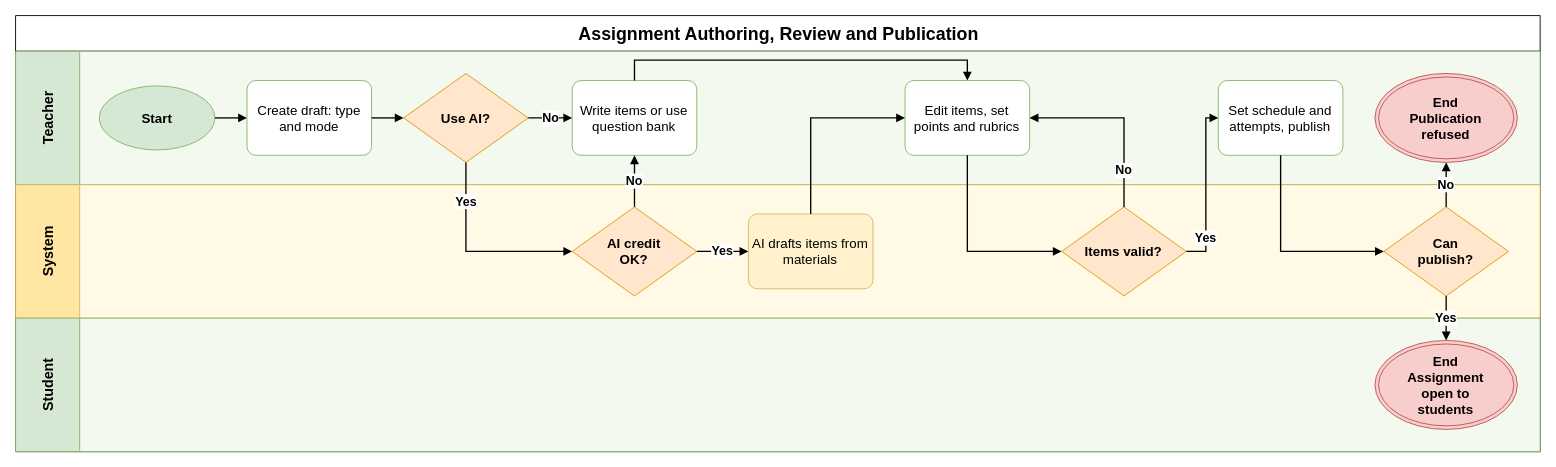
The draw.io diagram aidlc-docs/inception/main-business-flows/BF-03-Assignment-Authoring-Review-and-Publication.drawio in hygef-v4/AI-Powered-Learning-Platform, before the edit. Source tidied: cells renumbered, new cells numbered last; positions are measured from the earlier drawing's top-left corner, leaving out a move shared by most shapes. Both pictures are drawn from the tidied source at 89%, with x=0, y=0 at pixel (15, 15).
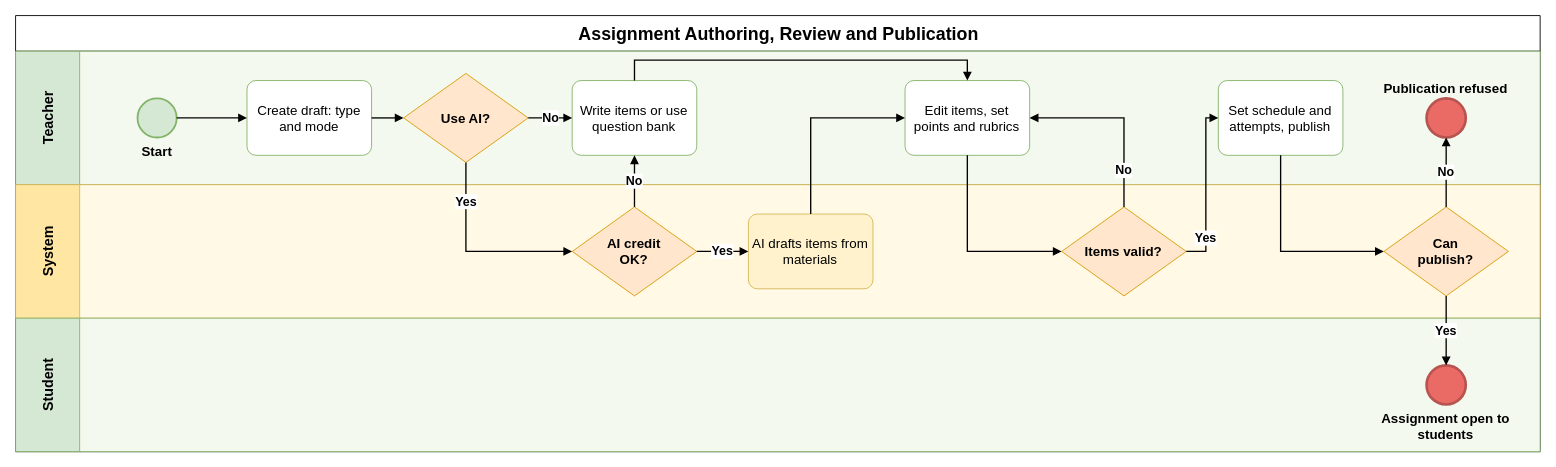
The same page after the edit.

The change refers to these unchanged cells:
```xml
<mxCell id="3" value="Teacher" style="swimlane;startSize=72;horizontal=0;html=1;whiteSpace=wrap;fillColor=#D5E8D4;swimlaneFillColor=#F3F9EE;strokeColor=#82B366;fontSize=16;fontStyle=1;align=center;verticalAlign=middle;spacing=4;" parent="2" vertex="1">
  <mxGeometry y="40" width="1713" height="150" as="geometry" />
</mxCell>
<mxCell id="5" value="Student" style="swimlane;startSize=72;horizontal=0;html=1;whiteSpace=wrap;fillColor=#D5E8D4;swimlaneFillColor=#F3F9EE;strokeColor=#82B366;fontSize=16;fontStyle=1;align=center;verticalAlign=middle;spacing=4;" parent="2" vertex="1">
  <mxGeometry y="340" width="1713" height="150" as="geometry" />
</mxCell>
```

What changed in the source:
```diff
@@
-    <mxCell id="6" value="Start" style="ellipse;whiteSpace=wrap;html=1;fillColor=#D5E8D4;strokeColor=#82B366;fontStyle=1;fontSize=15;" parent="3" vertex="1">
-      <mxGeometry x="94" y="39" width="130" height="72" as="geometry" />
+    <mxCell id="6" value="Start" style="ellipse;html=1;fillColor=#D5E8D4;strokeColor=#82B366;strokeWidth=2;fontStyle=1;fontSize=15;whiteSpace=wrap;verticalLabelPosition=bottom;verticalAlign=top;labelPosition=center;align=center;labelWidth=150;" parent="3" vertex="1">
+      <mxGeometry x="137" y="53" width="44" height="44" as="geometry" />
     </mxCell>
@@
-    <mxCell id="16" value="End&lt;br&gt;Publication refused" style="ellipse;shape=doubleEllipse;whiteSpace=wrap;html=1;fillColor=#F8CECC;strokeColor=#B85450;fontStyle=1;fontSize=15;spacingLeft=26;spacingRight=26;" parent="3" vertex="1">
-      <mxGeometry x="1527.4" y="25" width="160" height="100" as="geometry" />
+    <mxCell id="16" value="Publication refused" style="ellipse;html=1;fillColor=#EA6B66;strokeColor=#B85450;strokeWidth=3;fontStyle=1;fontSize=15;whiteSpace=wrap;verticalLabelPosition=top;verticalAlign=bottom;labelPosition=center;align=center;labelWidth=150;" parent="3" vertex="1">
+      <mxGeometry x="1585.4" y="53" width="44" height="44" as="geometry" />
     </mxCell>
-    <mxCell id="17" value="End&lt;br&gt;Assignment open to students" style="ellipse;shape=doubleEllipse;whiteSpace=wrap;html=1;fillColor=#F8CECC;strokeColor=#B85450;fontStyle=1;fontSize=15;spacingLeft=26;spacingRight=26;" parent="5" vertex="1">
-      <mxGeometry x="1527.4" y="25" width="160" height="100" as="geometry" />
+    <mxCell id="17" value="Assignment open to students" style="ellipse;html=1;fillColor=#EA6B66;strokeColor=#B85450;strokeWidth=3;fontStyle=1;fontSize=15;whiteSpace=wrap;verticalLabelPosition=bottom;verticalAlign=top;labelPosition=center;align=center;labelWidth=150;" parent="5" vertex="1">
+      <mxGeometry x="1585.4" y="53" width="44" height="44" as="geometry" />
     </mxCell>
```
